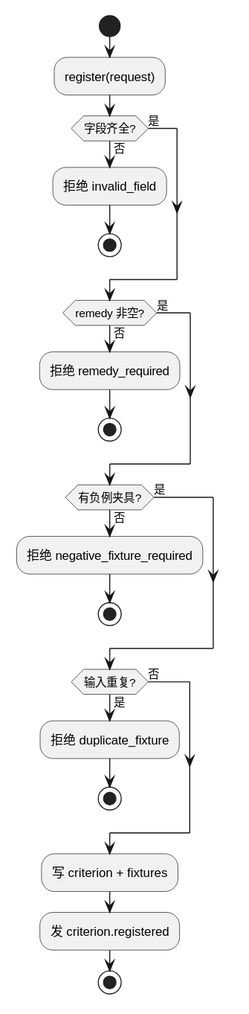
raitpor/dsh-software-dev-office keeps this PlantUML diagram as design/diagrams/p1-criterion-register.svg. Above is the earlier version. The source it was exported from:
```plantuml
@startuml
start
:register(request);
if (字段齐全?) then (否)
  :拒绝 invalid_field;
  stop
else (是)
endif
if (remedy 非空?) then (否)
  :拒绝 remedy_required;
  stop
else (是)
endif
if (有负例夹具?) then (否)
  :拒绝 negative_fixture_required;
  stop
else (是)
endif
if (输入重复?) then (是)
  :拒绝 duplicate_fixture;
  stop
else (否)
endif
:写 criterion + fixtures;
:发 criterion.registered;
stop
@enduml
```
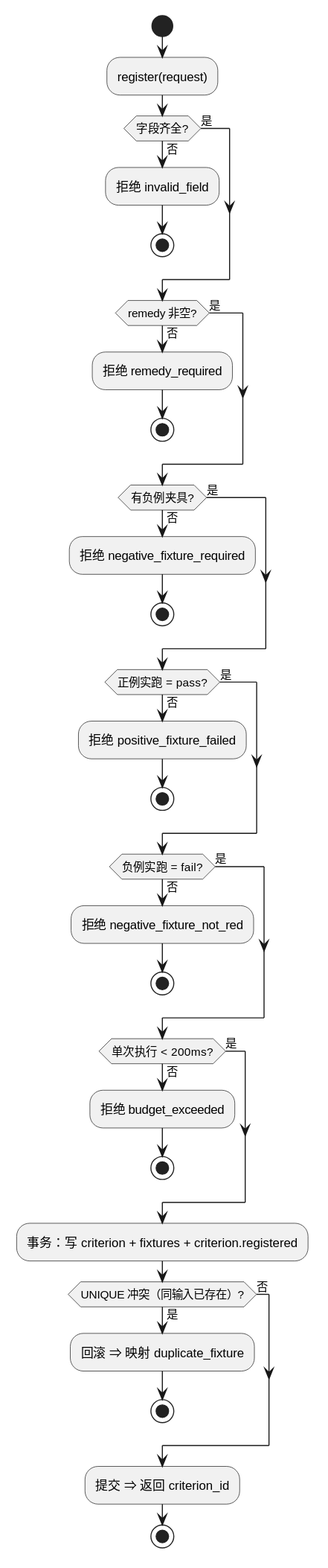
Later version of the same file.

What changed in the source:
```diff
@@ -16,12 +16,27 @@
   stop
 else (是)
 endif
-if (输入重复?) then (是)
-  :拒绝 duplicate_fixture;
+if (正例实跑 = pass?) then (否)
+  :拒绝 positive_fixture_failed;
+  stop
+else (是)
+endif
+if (负例实跑 = fail?) then (否)
+  :拒绝 negative_fixture_not_red;
+  stop
+else (是)
+endif
+if (单次执行 < 200ms?) then (否)
+  :拒绝 budget_exceeded;
+  stop
+else (是)
+endif
+:事务：写 criterion + fixtures + criterion.registered;
+if (UNIQUE 冲突（同输入已存在）?) then (是)
+  :回滚 ⇒ 映射 duplicate_fixture;
   stop
 else (否)
 endif
-:写 criterion + fixtures;
-:发 criterion.registered;
+:提交 ⇒ 返回 criterion_id;
 stop
 @enduml
```
